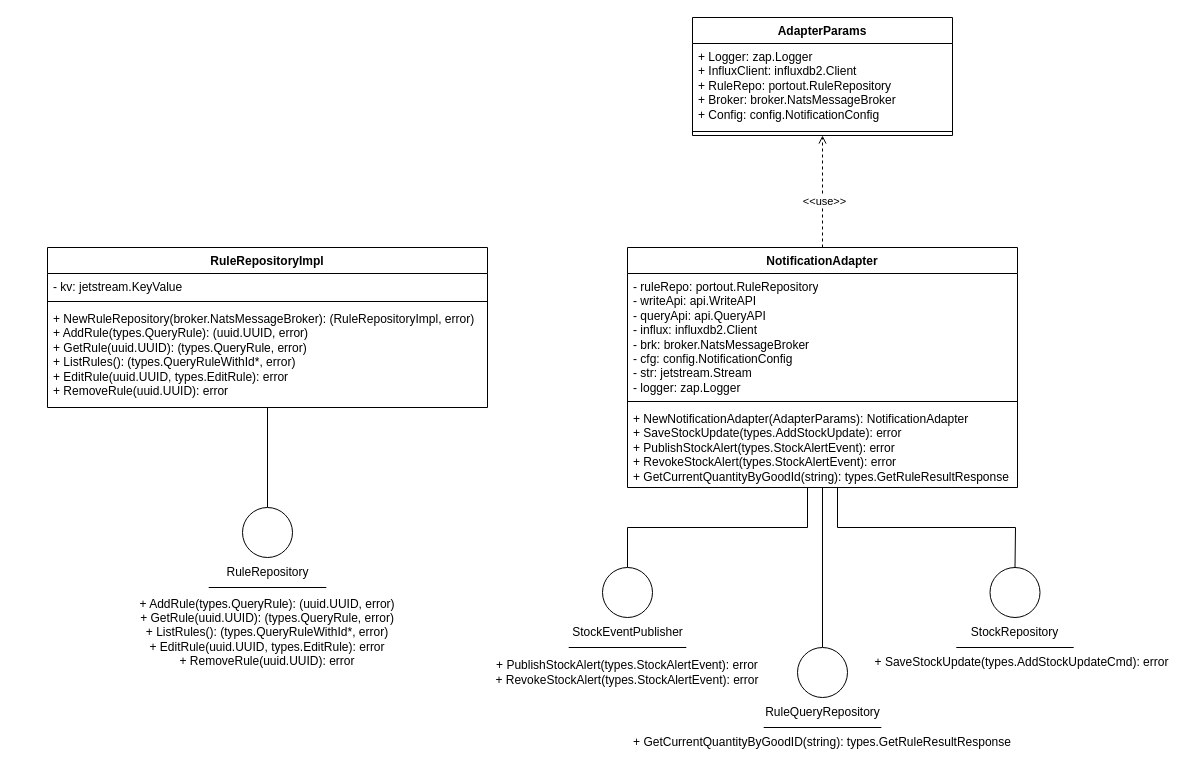
Above: page "adapterout" (2 of 4) of assets/drawio/notification.drawio in alimitedgroup/alimitedgroup.github.io (draw.io), before the change. Source tidied: cells renumbered, new cells numbered last; positions are measured from the earlier drawing's top-left corner, leaving out a move shared by most shapes. Both pictures are drawn from the tidied source at 100%, with x=0, y=0 at pixel (17, 17).
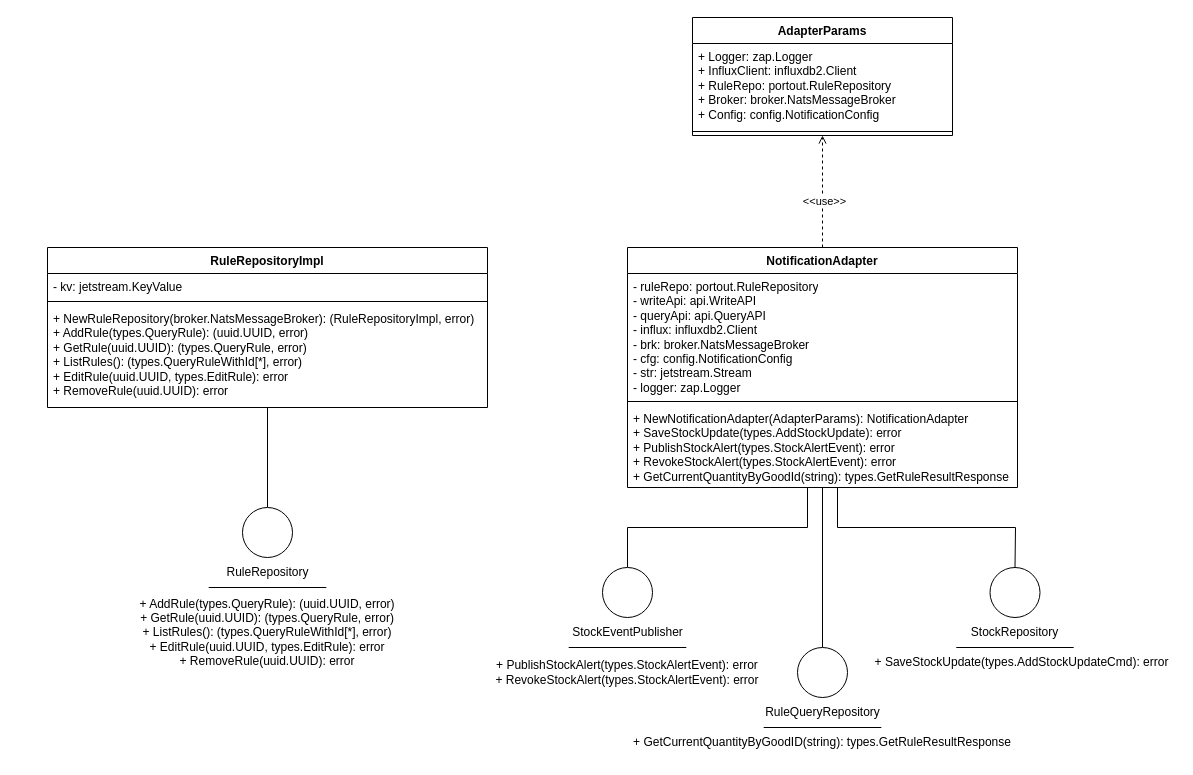
The same diagram, later.

The change refers to these unchanged cells:
```xml
<mxCell id="27" value="RuleRepositoryImpl" style="swimlane;fontStyle=1;align=center;verticalAlign=top;horizontal=1;startSize=26;whiteSpace=wrap;html=1;" parent="1" vertex="1">
  <mxGeometry x="30" y="230" width="440" height="160" as="geometry" />
</mxCell>
```

Change to the diagram source:
```diff
@@
-    <mxCell id="30" value="+ NewRuleRepository(broker.NatsMessageBroker): (RuleRepositoryImpl, error)&lt;br&gt;+ AddRule(types.QueryRule): (uuid.UUID, error)&lt;br&gt;+ GetRule(uuid.UUID): (types.QueryRule, error)&lt;br&gt;+ ListRules(): (types.QueryRuleWithId*, error)&lt;br&gt;+ EditRule(uuid.UUID, types.EditRule): error&lt;br&gt;+ RemoveRule(uuid.UUID): error" style="text;strokeColor=none;fillColor=none;align=left;verticalAlign=top;spacingLeft=4;spacingRight=4;overflow=hidden;whiteSpace=wrap;html=1;" parent="27" vertex="1">
+    <mxCell id="30" value="+ NewRuleRepository(broker.NatsMessageBroker): (RuleRepositoryImpl, error)&lt;br&gt;+ AddRule(types.QueryRule): (uuid.UUID, error)&lt;br&gt;+ GetRule(uuid.UUID): (types.QueryRule, error)&lt;br&gt;+ ListRules(): (types.QueryRuleWithId[*], error)&lt;br&gt;+ EditRule(uuid.UUID, types.EditRule): error&lt;br&gt;+ RemoveRule(uuid.UUID): error" style="text;strokeColor=none;fillColor=none;align=left;verticalAlign=top;spacingLeft=4;spacingRight=4;overflow=hidden;whiteSpace=wrap;html=1;" parent="27" vertex="1">
       <mxGeometry y="58" width="440" height="102" as="geometry" />
     </mxCell>
@@
-    <mxCell id="34" value="+ AddRule(types.QueryRule): (uuid.UUID, error)&lt;br&gt;+ GetRule(uuid.UUID): (types.QueryRule, error)&lt;br&gt;+ ListRules(): (types.QueryRuleWithId*, error)&lt;br&gt;+ EditRule(uuid.UUID, types.EditRule): error&lt;br&gt;+ RemoveRule(uuid.UUID): error" style="text;html=1;align=center;verticalAlign=middle;whiteSpace=wrap;rounded=0;" parent="1" vertex="1">
+    <mxCell id="34" value="+ AddRule(types.QueryRule): (uuid.UUID, error)&lt;br&gt;+ GetRule(uuid.UUID): (types.QueryRule, error)&lt;br&gt;+ ListRules(): (types.QueryRuleWithId[*], error)&lt;br&gt;+ EditRule(uuid.UUID, types.EditRule): error&lt;br&gt;+ RemoveRule(uuid.UUID): error" style="text;html=1;align=center;verticalAlign=middle;whiteSpace=wrap;rounded=0;" parent="1" vertex="1">
       <mxGeometry y="570" width="500" height="90" as="geometry" />
     </mxCell>
```
